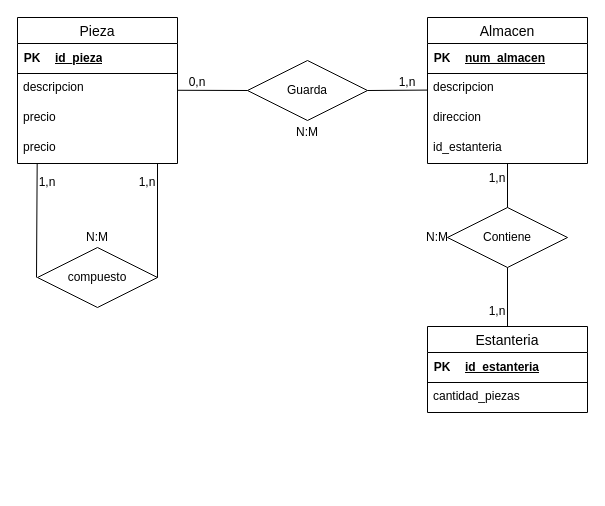
The draw.io diagram Exercici 5.drawio in Daninuro/diagrames-cvf-dn-mpl-n-11102023, before the edit. Source tidied: cells renumbered, new cells numbered last; positions are measured from the earlier drawing's top-left corner, leaving out a move shared by most shapes. Both pictures are drawn from the tidied source at 100%, with x=0, y=0 at pixel (17, 17).
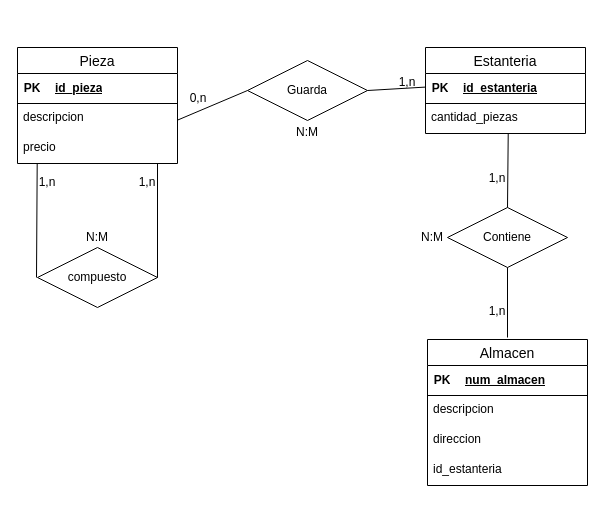
Above is the later version.

Unchanged cells that the change refers to:
```xml
<mxCell id="27" value="Guarda" style="shape=rhombus;perimeter=rhombusPerimeter;whiteSpace=wrap;html=1;align=center;" parent="1" vertex="1">
  <mxGeometry x="230" y="43" width="120" height="60" as="geometry" />
</mxCell>
<mxCell id="28" value="Contiene" style="shape=rhombus;perimeter=rhombusPerimeter;whiteSpace=wrap;html=1;align=center;" parent="1" vertex="1">
  <mxGeometry x="430" y="190" width="120" height="60" as="geometry" />
</mxCell>
```

What changed in the source:
```diff
@@
     <mxCell id="2" value="Pieza" style="swimlane;fontStyle=0;horizontal=1;startSize=26;align=center;fontSize=14;" parent="1" vertex="1">
-      <mxGeometry width="160" height="146" as="geometry" />
+      <mxGeometry y="30" width="160" height="116" as="geometry" />
     </mxCell>
@@
-    <mxCell id="9" value="precio" style="text;strokeColor=none;fillColor=none;spacingLeft=4;spacingRight=4;overflow=hidden;points=[[0,0.5],[1,0.5]];portConstraint=eastwest;fontSize=12;whiteSpace=wrap;html=1;" parent="2" vertex="1">
-      <mxGeometry y="116" width="160" height="30" as="geometry" />
-    </mxCell>
@@
-    <mxCell id="12" style="endArrow=none;html=1;rounded=0;entryX=1;entryY=0.5;entryDx=0;entryDy=0;exitX=0.123;exitY=1;exitDx=0;exitDy=0;exitPerimeter=0;" parent="1" edge="1" source="9">
+    <mxCell id="12" style="endArrow=none;html=1;rounded=0;entryX=1;entryY=0.5;entryDx=0;entryDy=0;exitX=0.123;exitY=1;exitDx=0;exitDy=0;exitPerimeter=0;" parent="1" edge="1">
       <mxGeometry relative="1" as="geometry">
+        <mxPoint x="19.7" y="146" as="sourcePoint" />
         <mxPoint x="19" y="260" as="targetPoint" />
       </mxGeometry>
     </mxCell>
-    <mxCell id="13" value="Almacen" style="swimlane;fontStyle=0;horizontal=1;startSize=26;align=center;fontSize=14;" parent="1" vertex="1">
-      <mxGeometry x="410" width="160" height="146" as="geometry" />
-    </mxCell>
-    <mxCell id="14" style="shape=table;startSize=0;childLayout=tableLayout;rowLines=0;fontStyle=0;align=center;strokeColor=none;fillColor=none;" parent="13" vertex="1">
-      <mxGeometry y="26" width="160" height="30" as="geometry" />
-    </mxCell>
-    <mxCell id="15" style="shape=tableRow;horizontal=0;startSize=0;swimlaneHead=0;swimlaneBody=0;fillColor=none;top=0;left=0;right=0;bottom=1;" parent="14" vertex="1">
-      <mxGeometry width="160" height="30" as="geometry" />
-    </mxCell>
-    <mxCell id="16" value="PK" style="shape=partialRectangle;fillColor=none;top=0;left=0;bottom=0;right=0;fontStyle=1;overflow=hidden;whiteSpace=wrap;html=1;" parent="15" vertex="1">
-      <mxGeometry width="30" height="30" as="geometry" />
-    </mxCell>
-    <mxCell id="17" value="num_almacen" style="shape=partialRectangle;fillColor=none;top=0;left=0;bottom=0;right=0;align=left;spacingLeft=6;fontStyle=5;overflow=hidden;whiteSpace=wrap;html=1;" parent="15" vertex="1">
-      <mxGeometry x="30" width="130" height="30" as="geometry" />
-    </mxCell>
-    <mxCell id="18" value="descripcion" style="text;strokeColor=none;fillColor=none;spacingLeft=4;spacingRight=4;overflow=hidden;points=[[0,0.5],[1,0.5]];portConstraint=eastwest;fontSize=12;whiteSpace=wrap;html=1;" parent="13" vertex="1">
-      <mxGeometry y="56" width="160" height="30" as="geometry" />
-    </mxCell>
-    <mxCell id="19" value="direccion" style="text;strokeColor=none;fillColor=none;spacingLeft=4;spacingRight=4;overflow=hidden;fontSize=12;whiteSpace=wrap;html=1;" parent="13" vertex="1">
-      <mxGeometry y="86" width="160" height="30" as="geometry" />
-    </mxCell>
-    <mxCell id="20" value="id_estanteria" style="text;strokeColor=none;fillColor=none;spacingLeft=4;spacingRight=4;overflow=hidden;fontSize=12;whiteSpace=wrap;html=1;" parent="13" vertex="1">
-      <mxGeometry y="116" width="160" height="30" as="geometry" />
-    </mxCell>
-    <mxCell id="21" value="Estanteria" style="swimlane;fontStyle=0;horizontal=1;startSize=26;align=center;fontSize=14;" parent="1" vertex="1">
-      <mxGeometry x="410" y="309" width="160" height="86" as="geometry" />
-    </mxCell>
-    <mxCell id="22" style="shape=table;startSize=0;childLayout=tableLayout;rowLines=0;fontStyle=0;align=center;strokeColor=none;fillColor=none;" parent="21" vertex="1">
-      <mxGeometry y="26" width="160" height="30" as="geometry" />
-    </mxCell>
-    <mxCell id="23" style="shape=tableRow;horizontal=0;startSize=0;swimlaneHead=0;swimlaneBody=0;fillColor=none;top=0;left=0;right=0;bottom=1;" parent="22" vertex="1">
-      <mxGeometry width="160" height="30" as="geometry" />
-    </mxCell>
-    <mxCell id="24" value="PK" style="shape=partialRectangle;fillColor=none;top=0;left=0;bottom=0;right=0;fontStyle=1;overflow=hidden;whiteSpace=wrap;html=1;" parent="23" vertex="1">
-      <mxGeometry width="30" height="30" as="geometry" />
-    </mxCell>
-    <mxCell id="25" value="id_estanteria" style="shape=partialRectangle;fillColor=none;top=0;left=0;bottom=0;right=0;align=left;spacingLeft=6;fontStyle=5;overflow=hidden;whiteSpace=wrap;html=1;" parent="23" vertex="1">
-      <mxGeometry x="30" width="130" height="30" as="geometry" />
-    </mxCell>
-    <mxCell id="26" value="cantidad_piezas" style="text;strokeColor=none;fillColor=none;spacingLeft=4;spacingRight=4;overflow=hidden;points=[[0,0.5],[1,0.5]];portConstraint=eastwest;fontSize=12;whiteSpace=wrap;html=1;" parent="21" vertex="1">
-      <mxGeometry y="56" width="160" height="30" as="geometry" />
-    </mxCell>
@@
-    <mxCell id="30" style="endArrow=none;html=1;rounded=0;exitX=0.5;exitY=0;exitDx=0;exitDy=0;entryX=0.5;entryY=1;entryDx=0;entryDy=0;" parent="1" edge="1" source="28" target="13">
+    <mxCell id="30" style="endArrow=none;html=1;rounded=0;exitX=0.5;exitY=0;exitDx=0;exitDy=0;entryX=0.517;entryY=0.989;entryDx=0;entryDy=0;entryPerimeter=0;" parent="1" edge="1" source="28" target="26">
       <mxGeometry relative="1" as="geometry" />
     </mxCell>
-    <mxCell id="31" style="endArrow=none;html=1;rounded=0;entryX=-0.001;entryY=0.553;entryDx=0;entryDy=0;exitX=1;exitY=0.5;exitDx=0;exitDy=0;entryPerimeter=0;" parent="1" edge="1" source="27" target="18">
-      <mxGeometry relative="1" as="geometry" />
+    <mxCell id="31" style="endArrow=none;html=1;rounded=0;entryX=-0.001;entryY=0.553;entryDx=0;entryDy=0;exitX=1;exitY=0.5;exitDx=0;exitDy=0;entryPerimeter=0;" parent="1" edge="1" source="27">
+      <mxGeometry relative="1" as="geometry">
+        <mxPoint x="407.8" y="69.6" as="targetPoint" />
+      </mxGeometry>
     </mxCell>
-    <mxCell id="32" style="endArrow=none;html=1;rounded=0;exitX=0.5;exitY=0;exitDx=0;exitDy=0;entryX=0.5;entryY=1;entryDx=0;entryDy=0;" parent="1" edge="1" source="21" target="28">
-      <mxGeometry relative="1" as="geometry" />
+    <mxCell id="32" style="endArrow=none;html=1;rounded=0;exitX=0.5;exitY=0;exitDx=0;exitDy=0;entryX=0.5;entryY=1;entryDx=0;entryDy=0;" parent="1" edge="1" target="28">
+      <mxGeometry relative="1" as="geometry">
+        <mxPoint x="490" y="320" as="sourcePoint" />
+      </mxGeometry>
     </mxCell>
@@
     <mxCell id="36" value="0,n" style="text;html=1;strokeColor=none;fillColor=none;align=center;verticalAlign=middle;whiteSpace=wrap;rounded=0;" parent="1" vertex="1">
-      <mxGeometry x="150" y="50" width="60" height="30" as="geometry" />
+      <mxGeometry x="151" y="66" width="60" height="30" as="geometry" />
     </mxCell>
@@
     <mxCell id="40" value="N:M" style="text;html=1;strokeColor=none;fillColor=none;align=center;verticalAlign=middle;whiteSpace=wrap;rounded=0;" parent="1" vertex="1">
-      <mxGeometry x="390" y="205" width="60" height="30" as="geometry" />
+      <mxGeometry x="385" y="205" width="60" height="30" as="geometry" />
     </mxCell>
@@
+    <mxCell id="13" value="Almacen" style="swimlane;fontStyle=0;horizontal=1;startSize=26;align=center;fontSize=14;" parent="1" vertex="1">
+      <mxGeometry x="410" y="322" width="160" height="146" as="geometry" />
+    </mxCell>
+    <mxCell id="42" style="shape=table;startSize=0;childLayout=tableLayout;rowLines=0;fontStyle=0;align=center;strokeColor=none;fillColor=none;" parent="13" vertex="1">
+      <mxGeometry y="26" width="160" height="30" as="geometry" />
+    </mxCell>
+    <mxCell id="43" style="shape=tableRow;horizontal=0;startSize=0;swimlaneHead=0;swimlaneBody=0;fillColor=none;top=0;left=0;right=0;bottom=1;" parent="42" vertex="1">
+      <mxGeometry width="160" height="30" as="geometry" />
+    </mxCell>
+    <mxCell id="44" value="PK" style="shape=partialRectangle;fillColor=none;top=0;left=0;bottom=0;right=0;fontStyle=1;overflow=hidden;whiteSpace=wrap;html=1;" parent="43" vertex="1">
+      <mxGeometry width="30" height="30" as="geometry" />
+    </mxCell>
+    <mxCell id="17" value="num_almacen" style="shape=partialRectangle;fillColor=none;top=0;left=0;bottom=0;right=0;align=left;spacingLeft=6;fontStyle=5;overflow=hidden;whiteSpace=wrap;html=1;" parent="43" vertex="1">
+      <mxGeometry x="30" width="130" height="30" as="geometry" />
+    </mxCell>
+    <mxCell id="18" value="descripcion" style="text;strokeColor=none;fillColor=none;spacingLeft=4;spacingRight=4;overflow=hidden;points=[[0,0.5],[1,0.5]];portConstraint=eastwest;fontSize=12;whiteSpace=wrap;html=1;" parent="13" vertex="1">
+      <mxGeometry y="56" width="160" height="30" as="geometry" />
+    </mxCell>
+    <mxCell id="19" value="direccion" style="text;strokeColor=none;fillColor=none;spacingLeft=4;spacingRight=4;overflow=hidden;fontSize=12;whiteSpace=wrap;html=1;" parent="13" vertex="1">
+      <mxGeometry y="86" width="160" height="30" as="geometry" />
+    </mxCell>
+    <mxCell id="20" value="id_estanteria" style="text;strokeColor=none;fillColor=none;spacingLeft=4;spacingRight=4;overflow=hidden;fontSize=12;whiteSpace=wrap;html=1;" parent="13" vertex="1">
+      <mxGeometry y="116" width="160" height="30" as="geometry" />
+    </mxCell>
+    <mxCell id="21" value="Estanteria" style="swimlane;fontStyle=0;horizontal=1;startSize=26;align=center;fontSize=14;" parent="1" vertex="1">
+      <mxGeometry x="408" y="30" width="160" height="86" as="geometry" />
+    </mxCell>
+    <mxCell id="45" style="shape=table;startSize=0;childLayout=tableLayout;rowLines=0;fontStyle=0;align=center;strokeColor=none;fillColor=none;" parent="21" vertex="1">
+      <mxGeometry y="26" width="160" height="30" as="geometry" />
+    </mxCell>
+    <mxCell id="46" style="shape=tableRow;horizontal=0;startSize=0;swimlaneHead=0;swimlaneBody=0;fillColor=none;top=0;left=0;right=0;bottom=1;" parent="45" vertex="1">
+      <mxGeometry width="160" height="30" as="geometry" />
+    </mxCell>
+    <mxCell id="47" value="PK" style="shape=partialRectangle;fillColor=none;top=0;left=0;bottom=0;right=0;fontStyle=1;overflow=hidden;whiteSpace=wrap;html=1;" parent="46" vertex="1">
+      <mxGeometry width="30" height="30" as="geometry" />
+    </mxCell>
+    <mxCell id="25" value="id_estanteria" style="shape=partialRectangle;fillColor=none;top=0;left=0;bottom=0;right=0;align=left;spacingLeft=6;fontStyle=5;overflow=hidden;whiteSpace=wrap;html=1;" parent="46" vertex="1">
+      <mxGeometry x="30" width="130" height="30" as="geometry" />
+    </mxCell>
+    <mxCell id="26" value="cantidad_piezas" style="text;strokeColor=none;fillColor=none;spacingLeft=4;spacingRight=4;overflow=hidden;points=[[0,0.5],[1,0.5]];portConstraint=eastwest;fontSize=12;whiteSpace=wrap;html=1;" parent="21" vertex="1">
+      <mxGeometry y="56" width="160" height="30" as="geometry" />
+    </mxCell>
```
